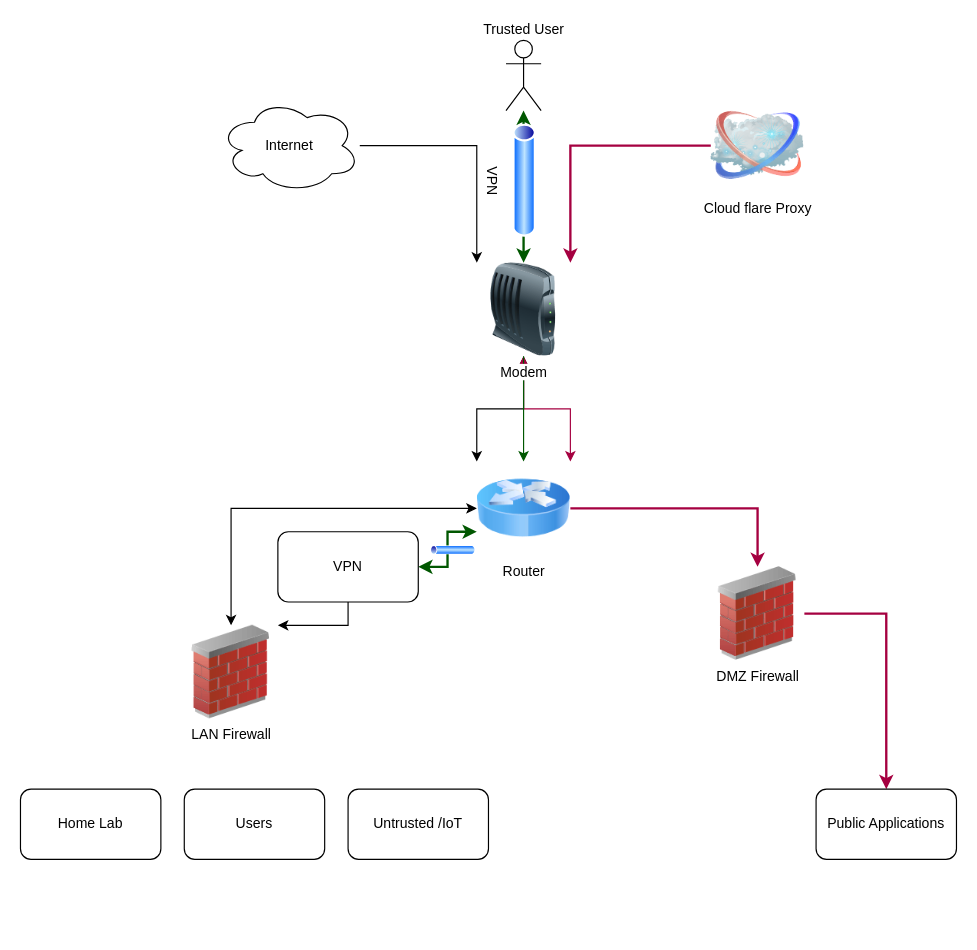
Earlier version of the draw.io diagram page "Router" (2 of 6) of Home Lab.drawio (Ezequiel-Valencia/Homelab-K8). Source tidied: cells renumbered, new cells numbered last; positions are measured from the earlier drawing's top-left corner, leaving out a move shared by most shapes. Both pictures are drawn from the tidied source at 117%, with x=0, y=0 at pixel (20, 40).
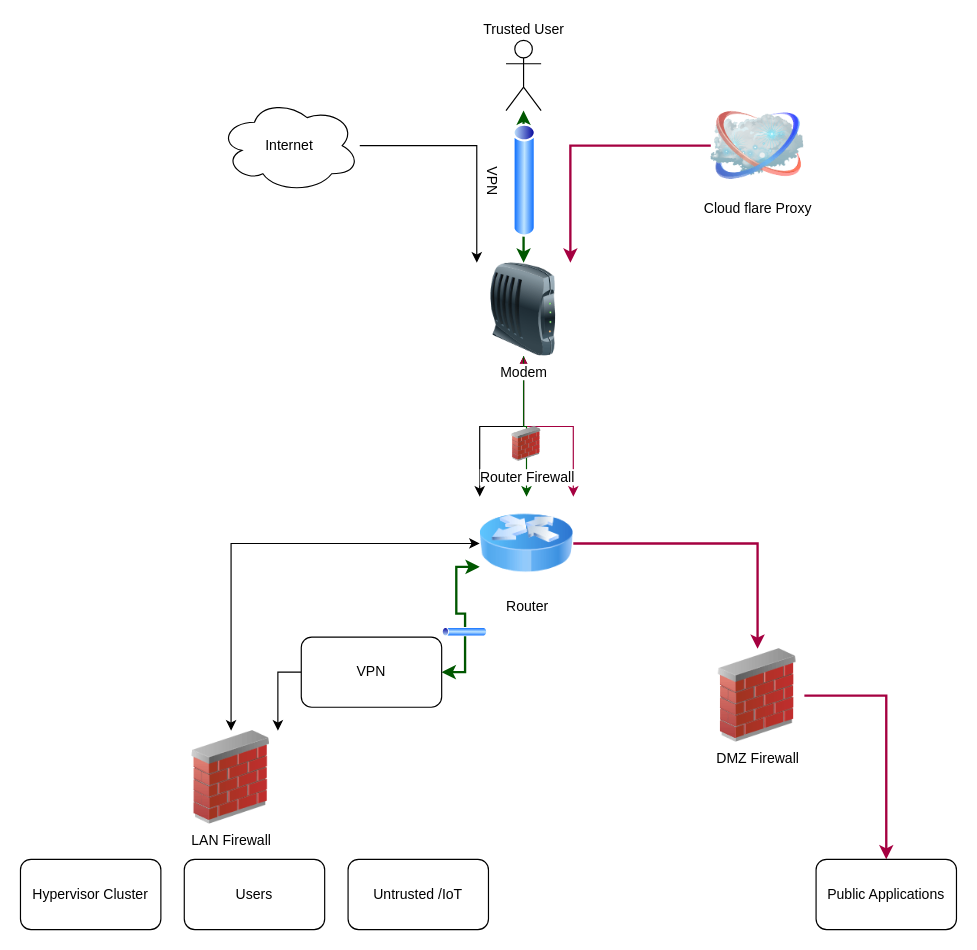
Above is the later version.

The edit, as a diff of the source:
```diff
@@
     <mxCell id="12" value="Router" style="image;html=1;image=img/lib/clip_art/networking/Router_Icon_128x128.png;" parent="1" vertex="1">
-      <mxGeometry x="390" y="360" width="80" height="80" as="geometry" />
+      <mxGeometry x="392.5" y="390" width="80" height="80" as="geometry" />
     </mxCell>
     <mxCell id="13" value="LAN Firewall" style="image;html=1;image=img/lib/clip_art/networking/Firewall_02_128x128.png;" parent="1" vertex="1">
-      <mxGeometry x="140" y="500" width="80" height="80" as="geometry" />
+      <mxGeometry x="140" y="590" width="80" height="80" as="geometry" />
     </mxCell>
@@
     <mxCell id="15" value="DMZ Firewall" style="image;html=1;image=img/lib/clip_art/networking/Firewall_02_128x128.png;" parent="1" vertex="1">
-      <mxGeometry x="590" y="450" width="80" height="80" as="geometry" />
+      <mxGeometry x="590" y="520" width="80" height="80" as="geometry" />
     </mxCell>
-    <mxCell id="16" value="Home Lab" style="rounded=1;whiteSpace=wrap;html=1;" parent="1" vertex="1">
-      <mxGeometry y="640" width="120" height="60" as="geometry" />
+    <mxCell id="16" value="Hypervisor Cluster" style="rounded=1;whiteSpace=wrap;html=1;" parent="1" vertex="1">
+      <mxGeometry y="700" width="120" height="60" as="geometry" />
     </mxCell>
     <mxCell id="17" value="Users" style="rounded=1;whiteSpace=wrap;html=1;" parent="1" vertex="1">
-      <mxGeometry x="140" y="640" width="120" height="60" as="geometry" />
+      <mxGeometry x="140" y="700" width="120" height="60" as="geometry" />
     </mxCell>
     <mxCell id="18" value="Untrusted /IoT" style="rounded=1;whiteSpace=wrap;html=1;" parent="1" vertex="1">
-      <mxGeometry x="280" y="640" width="120" height="60" as="geometry" />
+      <mxGeometry x="280" y="700" width="120" height="60" as="geometry" />
     </mxCell>
@@
     <mxCell id="21" value="VPN" style="rounded=1;whiteSpace=wrap;html=1;" parent="1" vertex="1">
-      <mxGeometry x="220" y="420" width="120" height="60" as="geometry" />
+      <mxGeometry x="240" y="510" width="120" height="60" as="geometry" />
     </mxCell>
     <mxCell id="22" value="Public Applications" style="rounded=1;whiteSpace=wrap;html=1;" parent="1" vertex="1">
-      <mxGeometry x="680" y="640" width="120" height="60" as="geometry" />
+      <mxGeometry x="680" y="700" width="120" height="60" as="geometry" />
     </mxCell>
@@
     <mxCell id="26" style="image;perimeter=ellipsePerimeter;html=1;align=center;shadow=0;dashed=0;spacingTop=3;image=img/lib/active_directory/tunnel.svg;rotation=0;" parent="1" vertex="1">
-      <mxGeometry x="350" y="432" width="40" height="8" as="geometry" />
+      <mxGeometry x="360" y="502" width="40" height="8" as="geometry" />
     </mxCell>
+    <mxCell id="27" value="Router Firewall" style="image;html=1;image=img/lib/clip_art/networking/Firewall_02_128x128.png;" parent="1" vertex="1">
+      <mxGeometry x="415" y="330" width="35" height="30" as="geometry" />
+    </mxCell>
```
